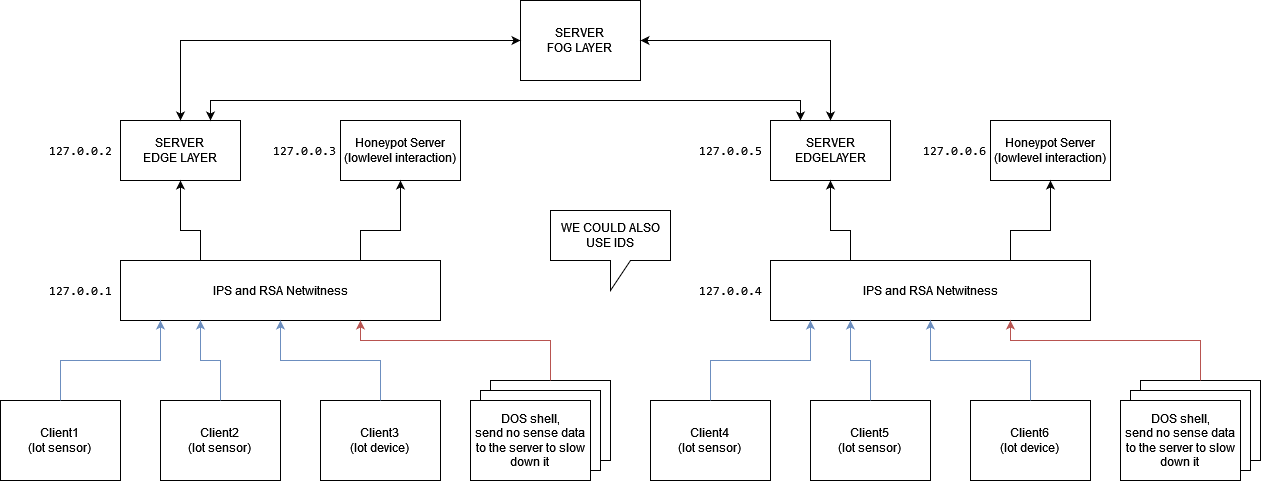
Before: report_template/images/IOTlevel2IPS.drawio.png, a diagram exported from draw.io (343-Guilty4Spark/cyber_latex). Source tidied: cells renumbered, new cells last; positions are measured from the earlier drawing's top-left corner, leaving out a move shared by most shapes.
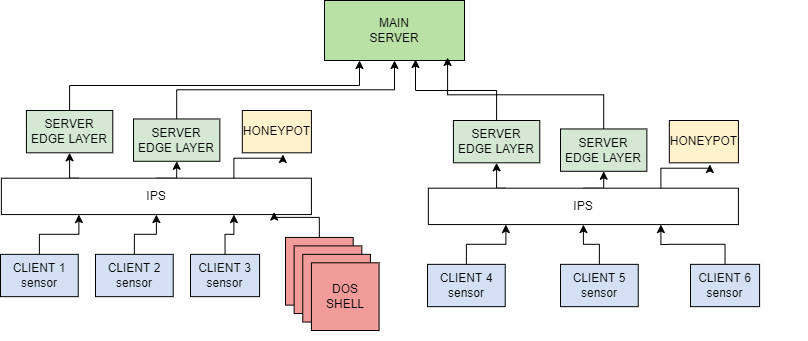
The same file after the commit.

Diff of the diagram source:
```diff
@@ -2,204 +2,122 @@
   <root>
     <mxCell id="0" />
     <mxCell id="1" parent="0" />
-    <mxCell id="2" style="rounded=0;whiteSpace=wrap;html=1;" parent="1" vertex="1">
-      <mxGeometry x="490" y="380" width="120" height="80" as="geometry" />
-    </mxCell>
-    <mxCell id="3" style="rounded=0;whiteSpace=wrap;html=1;" parent="1" vertex="1">
-      <mxGeometry x="480" y="390" width="120" height="80" as="geometry" />
-    </mxCell>
-    <mxCell id="4" value="&lt;div&gt;SERVER&lt;br&gt;&lt;/div&gt;&lt;div&gt;EDGE LAYER&lt;br&gt;&lt;/div&gt;" style="rounded=0;whiteSpace=wrap;html=1;" parent="1" vertex="1">
-      <mxGeometry x="120" y="120" width="120" height="60" as="geometry" />
-    </mxCell>
-    <mxCell id="5" value="&lt;div&gt;Client1&lt;/div&gt;&lt;div&gt;(Iot sensor)&lt;br&gt;&lt;/div&gt;" style="rounded=0;whiteSpace=wrap;html=1;" parent="1" vertex="1">
-      <mxGeometry y="400" width="120" height="80" as="geometry" />
-    </mxCell>
-    <mxCell id="6" value="&lt;div&gt;Client2&lt;/div&gt;&lt;div&gt;(Iot sensor)&lt;br&gt;&lt;/div&gt;" style="rounded=0;whiteSpace=wrap;html=1;" parent="1" vertex="1">
-      <mxGeometry x="160" y="400" width="120" height="80" as="geometry" />
-    </mxCell>
-    <mxCell id="7" value="&lt;div&gt;Client3&lt;/div&gt;&lt;div&gt;(Iot device)&lt;br&gt;&lt;/div&gt;" style="rounded=0;whiteSpace=wrap;html=1;" parent="1" vertex="1">
-      <mxGeometry x="320" y="400" width="120" height="80" as="geometry" />
-    </mxCell>
-    <mxCell id="8" value="&lt;div&gt;Honeypot Server&lt;br&gt;&lt;/div&gt;&lt;div&gt;(lowlevel interaction)&lt;br&gt;&lt;/div&gt;" style="rounded=0;whiteSpace=wrap;html=1;" parent="1" vertex="1">
-      <mxGeometry x="340" y="120" width="120" height="60" as="geometry" />
-    </mxCell>
-    <mxCell id="9" value="IPS and RSA Netwitness " style="rounded=0;whiteSpace=wrap;html=1;" parent="1" vertex="1">
-      <mxGeometry x="120" y="260" width="320" height="60" as="geometry" />
-    </mxCell>
-    <mxCell id="10" value="&lt;div&gt;DOS shell,&lt;/div&gt;&lt;div&gt;send no sense data to the server to slow down it&lt;br&gt;&lt;/div&gt;" style="rounded=0;whiteSpace=wrap;html=1;" parent="1" vertex="1">
-      <mxGeometry x="470" y="400" width="120" height="80" as="geometry" />
-    </mxCell>
-    <mxCell id="11" style="endArrow=classic;html=1;rounded=0;entryX=0.5;entryY=1;entryDx=0;entryDy=0;exitX=0.25;exitY=0;exitDx=0;exitDy=0;" parent="1" edge="1" source="9" target="4">
-      <mxGeometry relative="1" as="geometry">
-        <Array as="points">
-          <mxPoint x="200" y="230" />
-          <mxPoint x="180" y="230" />
-        </Array>
-      </mxGeometry>
-    </mxCell>
-    <mxCell id="12" value="&lt;pre&gt;&lt;code&gt;&lt;span class=&quot;s2&quot;&gt;127.0.0.1&lt;/span&gt;&lt;/code&gt;&lt;/pre&gt;" style="text;html=1;strokeColor=none;fillColor=none;align=center;verticalAlign=middle;whiteSpace=wrap;rounded=0;" parent="1" vertex="1">
-      <mxGeometry x="50" y="275" width="60" height="30" as="geometry" />
-    </mxCell>
-    <mxCell id="13" style="endArrow=classic;html=1;rounded=0;exitX=0.5;exitY=0;exitDx=0;exitDy=0;fillColor=#dae8fc;strokeColor=#6c8ebf;" parent="1" edge="1" source="5">
-      <mxGeometry relative="1" as="geometry">
-        <mxPoint x="160" y="320" as="targetPoint" />
-        <Array as="points">
-          <mxPoint x="60" y="360" />
-          <mxPoint x="160" y="360" />
-        </Array>
-      </mxGeometry>
-    </mxCell>
-    <mxCell id="14" style="endArrow=classic;html=1;rounded=0;exitX=0.5;exitY=0;exitDx=0;exitDy=0;entryX=0.25;entryY=1;entryDx=0;entryDy=0;fillColor=#dae8fc;strokeColor=#6c8ebf;" parent="1" edge="1" source="6" target="9">
-      <mxGeometry relative="1" as="geometry">
-        <Array as="points">
-          <mxPoint x="220" y="360" />
-          <mxPoint x="200" y="360" />
-        </Array>
-      </mxGeometry>
-    </mxCell>
-    <mxCell id="15" style="endArrow=classic;html=1;rounded=0;exitX=0.5;exitY=0;exitDx=0;exitDy=0;entryX=0.5;entryY=1;entryDx=0;entryDy=0;fillColor=#dae8fc;strokeColor=#6c8ebf;" parent="1" edge="1" source="7" target="9">
-      <mxGeometry relative="1" as="geometry">
-        <Array as="points">
-          <mxPoint x="380" y="360" />
-          <mxPoint x="280" y="360" />
-        </Array>
-      </mxGeometry>
-    </mxCell>
-    <mxCell id="16" style="endArrow=classic;html=1;rounded=0;entryX=0.75;entryY=1;entryDx=0;entryDy=0;exitX=0.5;exitY=0;exitDx=0;exitDy=0;fillColor=#f8cecc;strokeColor=#b85450;" parent="1" edge="1" source="2" target="9">
-      <mxGeometry relative="1" as="geometry">
-        <Array as="points">
-          <mxPoint x="550" y="340" />
-          <mxPoint x="360" y="340" />
-        </Array>
-      </mxGeometry>
-    </mxCell>
-    <mxCell id="17" value="&lt;pre&gt;&lt;code&gt;&lt;span class=&quot;s2&quot;&gt;127.0.0.2&lt;/span&gt;&lt;/code&gt;&lt;/pre&gt;" style="text;html=1;strokeColor=none;fillColor=none;align=center;verticalAlign=middle;whiteSpace=wrap;rounded=0;" parent="1" vertex="1">
-      <mxGeometry x="50" y="135" width="60" height="30" as="geometry" />
-    </mxCell>
-    <mxCell id="18" style="endArrow=classic;html=1;rounded=0;entryX=0.5;entryY=1;entryDx=0;entryDy=0;exitX=0.75;exitY=0;exitDx=0;exitDy=0;" parent="1" edge="1" source="9" target="8">
-      <mxGeometry relative="1" as="geometry">
-        <Array as="points">
-          <mxPoint x="360" y="230" />
-          <mxPoint x="400" y="230" />
-        </Array>
-      </mxGeometry>
-    </mxCell>
-    <mxCell id="19" value="&lt;pre&gt;&lt;code&gt;&lt;span class=&quot;s2&quot;&gt;127.0.0.3&lt;/span&gt;&lt;/code&gt;&lt;/pre&gt;" style="text;html=1;strokeColor=none;fillColor=none;align=center;verticalAlign=middle;whiteSpace=wrap;rounded=0;" parent="1" vertex="1">
-      <mxGeometry x="274" y="135" width="60" height="30" as="geometry" />
-    </mxCell>
-    <mxCell id="20" style="rounded=0;whiteSpace=wrap;html=1;" parent="1" vertex="1">
-      <mxGeometry x="1140" y="380" width="120" height="80" as="geometry" />
-    </mxCell>
-    <mxCell id="21" style="rounded=0;whiteSpace=wrap;html=1;" parent="1" vertex="1">
-      <mxGeometry x="1130" y="390" width="120" height="80" as="geometry" />
-    </mxCell>
-    <mxCell id="22" value="&lt;div&gt;SERVER&lt;/div&gt;EDGELAYER" style="rounded=0;whiteSpace=wrap;html=1;" parent="1" vertex="1">
-      <mxGeometry x="770" y="120" width="120" height="60" as="geometry" />
-    </mxCell>
-    <mxCell id="23" value="&lt;div&gt;Client4&lt;/div&gt;&lt;div&gt;(Iot sensor)&lt;br&gt;&lt;/div&gt;" style="rounded=0;whiteSpace=wrap;html=1;" parent="1" vertex="1">
-      <mxGeometry x="650" y="400" width="120" height="80" as="geometry" />
-    </mxCell>
-    <mxCell id="24" value="&lt;div&gt;Client5&lt;/div&gt;&lt;div&gt;(Iot sensor)&lt;br&gt;&lt;/div&gt;" style="rounded=0;whiteSpace=wrap;html=1;" parent="1" vertex="1">
-      <mxGeometry x="810" y="400" width="120" height="80" as="geometry" />
-    </mxCell>
-    <mxCell id="25" value="&lt;div&gt;Client6&lt;/div&gt;&lt;div&gt;(Iot device)&lt;br&gt;&lt;/div&gt;" style="rounded=0;whiteSpace=wrap;html=1;" parent="1" vertex="1">
-      <mxGeometry x="970" y="400" width="120" height="80" as="geometry" />
-    </mxCell>
-    <mxCell id="26" value="&lt;div&gt;Honeypot Server&lt;br&gt;&lt;/div&gt;&lt;div&gt;(lowlevel interaction)&lt;br&gt;&lt;/div&gt;" style="rounded=0;whiteSpace=wrap;html=1;" parent="1" vertex="1">
-      <mxGeometry x="990" y="120" width="120" height="60" as="geometry" />
-    </mxCell>
-    <mxCell id="27" value="IPS and RSA Netwitness " style="rounded=0;whiteSpace=wrap;html=1;" parent="1" vertex="1">
-      <mxGeometry x="770" y="260" width="320" height="60" as="geometry" />
-    </mxCell>
-    <mxCell id="28" value="&lt;div&gt;DOS shell,&lt;/div&gt;&lt;div&gt;send no sense data to the server to slow down it&lt;br&gt;&lt;/div&gt;" style="rounded=0;whiteSpace=wrap;html=1;" parent="1" vertex="1">
-      <mxGeometry x="1120" y="400" width="120" height="80" as="geometry" />
-    </mxCell>
-    <mxCell id="29" style="endArrow=classic;html=1;rounded=0;entryX=0.5;entryY=1;entryDx=0;entryDy=0;exitX=0.25;exitY=0;exitDx=0;exitDy=0;" parent="1" edge="1" source="27" target="22">
-      <mxGeometry relative="1" as="geometry">
-        <Array as="points">
-          <mxPoint x="850" y="230" />
-          <mxPoint x="830" y="230" />
-        </Array>
-      </mxGeometry>
-    </mxCell>
-    <mxCell id="30" value="&lt;pre&gt;&lt;code&gt;&lt;span class=&quot;s2&quot;&gt;127.0.0.4&lt;/span&gt;&lt;/code&gt;&lt;/pre&gt;" style="text;html=1;strokeColor=none;fillColor=none;align=center;verticalAlign=middle;whiteSpace=wrap;rounded=0;" parent="1" vertex="1">
-      <mxGeometry x="700" y="275" width="60" height="30" as="geometry" />
-    </mxCell>
-    <mxCell id="31" style="endArrow=classic;html=1;rounded=0;exitX=0.5;exitY=0;exitDx=0;exitDy=0;fillColor=#dae8fc;strokeColor=#6c8ebf;" parent="1" edge="1" source="23">
-      <mxGeometry relative="1" as="geometry">
-        <mxPoint x="810" y="320" as="targetPoint" />
-        <Array as="points">
-          <mxPoint x="710" y="360" />
-          <mxPoint x="810" y="360" />
-        </Array>
-      </mxGeometry>
-    </mxCell>
-    <mxCell id="32" style="endArrow=classic;html=1;rounded=0;exitX=0.5;exitY=0;exitDx=0;exitDy=0;entryX=0.25;entryY=1;entryDx=0;entryDy=0;fillColor=#dae8fc;strokeColor=#6c8ebf;" parent="1" edge="1" source="24" target="27">
-      <mxGeometry relative="1" as="geometry">
-        <Array as="points">
-          <mxPoint x="870" y="360" />
-          <mxPoint x="850" y="360" />
-        </Array>
-      </mxGeometry>
-    </mxCell>
-    <mxCell id="33" style="endArrow=classic;html=1;rounded=0;exitX=0.5;exitY=0;exitDx=0;exitDy=0;entryX=0.5;entryY=1;entryDx=0;entryDy=0;fillColor=#dae8fc;strokeColor=#6c8ebf;" parent="1" edge="1" source="25" target="27">
-      <mxGeometry relative="1" as="geometry">
-        <Array as="points">
-          <mxPoint x="1030" y="360" />
-          <mxPoint x="930" y="360" />
-        </Array>
-      </mxGeometry>
-    </mxCell>
-    <mxCell id="34" style="endArrow=classic;html=1;rounded=0;entryX=0.75;entryY=1;entryDx=0;entryDy=0;exitX=0.5;exitY=0;exitDx=0;exitDy=0;fillColor=#f8cecc;strokeColor=#b85450;" parent="1" edge="1" source="20" target="27">
-      <mxGeometry relative="1" as="geometry">
-        <Array as="points">
-          <mxPoint x="1200" y="340" />
-          <mxPoint x="1010" y="340" />
-        </Array>
-      </mxGeometry>
-    </mxCell>
-    <mxCell id="35" value="&lt;pre&gt;&lt;code&gt;&lt;span class=&quot;s2&quot;&gt;127.0.0.5&lt;/span&gt;&lt;/code&gt;&lt;/pre&gt;" style="text;html=1;strokeColor=none;fillColor=none;align=center;verticalAlign=middle;whiteSpace=wrap;rounded=0;" parent="1" vertex="1">
-      <mxGeometry x="700" y="135" width="60" height="30" as="geometry" />
-    </mxCell>
-    <mxCell id="36" style="endArrow=classic;html=1;rounded=0;entryX=0.5;entryY=1;entryDx=0;entryDy=0;exitX=0.75;exitY=0;exitDx=0;exitDy=0;" parent="1" edge="1" source="27" target="26">
-      <mxGeometry relative="1" as="geometry">
-        <Array as="points">
-          <mxPoint x="1010" y="230" />
-          <mxPoint x="1050" y="230" />
-        </Array>
-      </mxGeometry>
-    </mxCell>
-    <mxCell id="37" value="&lt;pre&gt;&lt;code&gt;&lt;span class=&quot;s2&quot;&gt;127.0.0.6&lt;/span&gt;&lt;/code&gt;&lt;/pre&gt;" style="text;html=1;strokeColor=none;fillColor=none;align=center;verticalAlign=middle;whiteSpace=wrap;rounded=0;" parent="1" vertex="1">
-      <mxGeometry x="924" y="135" width="60" height="30" as="geometry" />
-    </mxCell>
-    <mxCell id="38" value="&lt;div&gt;SERVER&lt;/div&gt;&lt;div&gt;FOG LAYER&lt;br&gt;&lt;/div&gt;" style="rounded=0;whiteSpace=wrap;html=1;" parent="1" vertex="1">
-      <mxGeometry x="520" width="120" height="80" as="geometry" />
-    </mxCell>
-    <mxCell id="39" value="WE COULD ALSO USE IDS" style="shape=callout;whiteSpace=wrap;html=1;perimeter=calloutPerimeter;" parent="1" vertex="1">
-      <mxGeometry x="550" y="210" width="120" height="80" as="geometry" />
-    </mxCell>
-    <mxCell id="40" style="endArrow=classic;startArrow=classic;html=1;rounded=0;entryX=0;entryY=0.5;entryDx=0;entryDy=0;exitX=0.5;exitY=0;exitDx=0;exitDy=0;" parent="1" edge="1" source="4" target="38">
-      <mxGeometry relative="1" as="geometry">
-        <Array as="points">
-          <mxPoint x="180" y="40" />
-        </Array>
-      </mxGeometry>
-    </mxCell>
-    <mxCell id="41" style="endArrow=classic;startArrow=classic;html=1;rounded=0;entryX=0.5;entryY=0;entryDx=0;entryDy=0;exitX=1;exitY=0.5;exitDx=0;exitDy=0;" parent="1" edge="1" source="38" target="22">
-      <mxGeometry relative="1" as="geometry">
-        <Array as="points">
-          <mxPoint x="830" y="40" />
-        </Array>
-      </mxGeometry>
-    </mxCell>
-    <mxCell id="42" style="endArrow=classic;startArrow=classic;html=1;rounded=0;entryX=0.25;entryY=0;entryDx=0;entryDy=0;exitX=0.75;exitY=0;exitDx=0;exitDy=0;" parent="1" edge="1" source="4" target="22">
-      <mxGeometry relative="1" as="geometry">
-        <Array as="points">
-          <mxPoint x="210" y="100" />
-          <mxPoint x="600" y="100" />
-          <mxPoint x="800" y="100" />
-        </Array>
-      </mxGeometry>
-    </mxCell>
+    <mxCell id="43" value="MAIN&lt;br&gt;SERVER" style="rounded=0;whiteSpace=wrap;html=1;fillColor=#B9E0A5;" parent="1" vertex="1">
+      <mxGeometry x="264" width="140" height="60" as="geometry" />
+    </mxCell>
+    <mxCell id="44" style="edgeStyle=orthogonalEdgeStyle;rounded=0;jettySize=auto;html=1;exitX=0.5;exitY=0;exitDx=0;exitDy=0;entryX=0.25;entryY=1;entryDx=0;entryDy=0;" parent="1" edge="1" source="47" target="43">
+      <mxGeometry relative="1" as="geometry" />
+    </mxCell>
+    <mxCell id="45" style="edgeStyle=orthogonalEdgeStyle;rounded=0;jettySize=auto;html=1;exitX=0.5;exitY=0;exitDx=0;exitDy=0;entryX=0.5;entryY=1;entryDx=0;entryDy=0;" parent="1" edge="1" source="48" target="43">
+      <mxGeometry relative="1" as="geometry" />
+    </mxCell>
+    <mxCell id="46" style="group;" parent="1" vertex="1">
+      <mxGeometry x="-60" y="110" width="380" height="220" as="geometry" />
+    </mxCell>
+    <mxCell id="47" value="SERVER&lt;br&gt;EDGE LAYER" style="rounded=0;whiteSpace=wrap;html=1;fillColor=#D5E8D4;" parent="46" vertex="1">
+      <mxGeometry x="25.9" width="86.4" height="42.3" as="geometry" />
+    </mxCell>
+    <mxCell id="48" value="SERVER&lt;br&gt;EDGE LAYER" style="rounded=0;whiteSpace=wrap;html=1;fillColor=#D5E8D4;" parent="46" vertex="1">
+      <mxGeometry x="133" y="8.5" width="86.4" height="42.3" as="geometry" />
+    </mxCell>
+    <mxCell id="49" style="edgeStyle=orthogonalEdgeStyle;rounded=0;jettySize=auto;html=1;exitX=0.25;exitY=0;exitDx=0;exitDy=0;entryX=0.5;entryY=1;entryDx=0;entryDy=0;" parent="46" edge="1" source="51" target="47">
+      <mxGeometry relative="1" as="geometry" />
+    </mxCell>
+    <mxCell id="50" style="edgeStyle=orthogonalEdgeStyle;rounded=0;jettySize=auto;html=1;exitX=0.5;exitY=0;exitDx=0;exitDy=0;entryX=0.5;entryY=1;entryDx=0;entryDy=0;" parent="46" edge="1" source="51" target="48">
+      <mxGeometry relative="1" as="geometry" />
+    </mxCell>
+    <mxCell id="51" value="IPS" style="rounded=0;whiteSpace=wrap;html=1;" parent="46" vertex="1">
+      <mxGeometry x="0.9" y="67.7" width="310" height="36.4" as="geometry" />
+    </mxCell>
+    <mxCell id="52" value="HONEYPOT" style="rounded=0;whiteSpace=wrap;html=1;fillColor=#FFF2CC;" parent="46" vertex="1">
+      <mxGeometry x="241.8" width="69.1" height="42.3" as="geometry" />
+    </mxCell>
+    <mxCell id="53" style="edgeStyle=orthogonalEdgeStyle;rounded=0;jettySize=auto;html=1;exitX=0.75;exitY=0;exitDx=0;exitDy=0;entryX=0.588;entryY=1.04;entryDx=0;entryDy=0;entryPerimeter=0;" parent="46" edge="1" source="51" target="52">
+      <mxGeometry relative="1" as="geometry" />
+    </mxCell>
+    <mxCell id="54" style="edgeStyle=orthogonalEdgeStyle;rounded=0;jettySize=auto;html=1;exitX=0.5;exitY=0;exitDx=0;exitDy=0;entryX=0.25;entryY=1;entryDx=0;entryDy=0;" parent="46" edge="1" source="55" target="51">
+      <mxGeometry relative="1" as="geometry" />
+    </mxCell>
+    <mxCell id="55" value="CLIENT 1&lt;br&gt;sensor" style="rounded=0;whiteSpace=wrap;html=1;fillColor=#D4E1F5;" parent="46" vertex="1">
+      <mxGeometry y="143.8" width="77.7" height="42.3" as="geometry" />
+    </mxCell>
+    <mxCell id="56" style="edgeStyle=orthogonalEdgeStyle;rounded=0;jettySize=auto;html=1;exitX=0.5;exitY=0;exitDx=0;exitDy=0;entryX=0.5;entryY=1;entryDx=0;entryDy=0;" parent="46" edge="1" source="57" target="51">
+      <mxGeometry relative="1" as="geometry" />
+    </mxCell>
+    <mxCell id="57" value="CLIENT 2&lt;br&gt;sensor" style="rounded=0;whiteSpace=wrap;html=1;fillColor=#D4E1F5;" parent="46" vertex="1">
+      <mxGeometry x="95" y="143.8" width="77.7" height="42.3" as="geometry" />
+    </mxCell>
+    <mxCell id="58" style="edgeStyle=orthogonalEdgeStyle;rounded=0;jettySize=auto;html=1;exitX=0.5;exitY=0;exitDx=0;exitDy=0;entryX=0.75;entryY=1;entryDx=0;entryDy=0;" parent="46" edge="1" source="59" target="51">
+      <mxGeometry relative="1" as="geometry" />
+    </mxCell>
+    <mxCell id="59" value="CLIENT 3&lt;br&gt;sensor" style="rounded=0;whiteSpace=wrap;html=1;fillColor=#D4E1F5;" parent="46" vertex="1">
+      <mxGeometry x="190" y="143.8" width="69.1" height="42.3" as="geometry" />
+    </mxCell>
+    <mxCell id="60" style="group;" parent="46" vertex="1">
+      <mxGeometry x="285" y="126.9" width="95" height="93.1" as="geometry" />
+    </mxCell>
+    <mxCell id="61" style="whiteSpace=wrap;html=1;fillColor=#F19C99;" parent="60" vertex="1">
+      <mxGeometry width="67.7" height="67.7" as="geometry" />
+    </mxCell>
+    <mxCell id="62" style="whiteSpace=wrap;html=1;fillColor=#F19C99;" parent="60" vertex="1">
+      <mxGeometry x="8.6" y="8.5" width="67.7" height="67.7" as="geometry" />
+    </mxCell>
+    <mxCell id="63" style="whiteSpace=wrap;html=1;fillColor=#F19C99;" parent="60" vertex="1">
+      <mxGeometry x="17.3" y="16.9" width="67.7" height="67.7" as="geometry" />
+    </mxCell>
+    <mxCell id="64" value="DOS SHELL" style="whiteSpace=wrap;html=1;fillColor=#F19C99;" parent="60" vertex="1">
+      <mxGeometry x="25.9" y="25.4" width="67.7" height="67.7" as="geometry" />
+    </mxCell>
+    <mxCell id="65" style="edgeStyle=orthogonalEdgeStyle;rounded=0;jettySize=auto;html=1;exitX=0.5;exitY=0;exitDx=0;exitDy=0;entryX=0.88;entryY=0.93;entryDx=0;entryDy=0;entryPerimeter=0;" parent="46" edge="1" source="61" target="51">
+      <mxGeometry relative="1" as="geometry" />
+    </mxCell>
+    <mxCell id="66" style="group;" parent="1" vertex="1">
+      <mxGeometry x="367" y="120" width="380" height="220" as="geometry" />
+    </mxCell>
+    <mxCell id="67" value="SERVER&lt;br&gt;EDGE LAYER" style="rounded=0;whiteSpace=wrap;html=1;fillColor=#D5E8D4;" parent="66" vertex="1">
+      <mxGeometry x="25.9" width="86.4" height="42.3" as="geometry" />
+    </mxCell>
+    <mxCell id="68" value="SERVER&lt;br&gt;EDGE LAYER" style="rounded=0;whiteSpace=wrap;html=1;fillColor=#D5E8D4;" parent="66" vertex="1">
+      <mxGeometry x="133" y="8.5" width="86.4" height="42.3" as="geometry" />
+    </mxCell>
+    <mxCell id="69" style="edgeStyle=orthogonalEdgeStyle;rounded=0;jettySize=auto;html=1;exitX=0.25;exitY=0;exitDx=0;exitDy=0;entryX=0.5;entryY=1;entryDx=0;entryDy=0;" parent="66" edge="1" source="71" target="67">
+      <mxGeometry relative="1" as="geometry" />
+    </mxCell>
+    <mxCell id="70" style="edgeStyle=orthogonalEdgeStyle;rounded=0;jettySize=auto;html=1;exitX=0.5;exitY=0;exitDx=0;exitDy=0;entryX=0.5;entryY=1;entryDx=0;entryDy=0;" parent="66" edge="1" source="71" target="68">
+      <mxGeometry relative="1" as="geometry" />
+    </mxCell>
+    <mxCell id="71" value="IPS" style="rounded=0;whiteSpace=wrap;html=1;" parent="66" vertex="1">
+      <mxGeometry x="0.9" y="67.7" width="310" height="36.4" as="geometry" />
+    </mxCell>
+    <mxCell id="72" value="HONEYPOT" style="rounded=0;whiteSpace=wrap;html=1;fillColor=#FFF2CC;" parent="66" vertex="1">
+      <mxGeometry x="241.8" width="69.1" height="42.3" as="geometry" />
+    </mxCell>
+    <mxCell id="73" style="edgeStyle=orthogonalEdgeStyle;rounded=0;jettySize=auto;html=1;exitX=0.75;exitY=0;exitDx=0;exitDy=0;entryX=0.588;entryY=1.04;entryDx=0;entryDy=0;entryPerimeter=0;" parent="66" edge="1" source="71" target="72">
+      <mxGeometry relative="1" as="geometry" />
+    </mxCell>
+    <mxCell id="74" style="edgeStyle=orthogonalEdgeStyle;rounded=0;jettySize=auto;html=1;exitX=0.5;exitY=0;exitDx=0;exitDy=0;entryX=0.25;entryY=1;entryDx=0;entryDy=0;" parent="66" edge="1" source="75" target="71">
+      <mxGeometry relative="1" as="geometry" />
+    </mxCell>
+    <mxCell id="75" value="CLIENT 4&lt;br&gt;sensor" style="rounded=0;whiteSpace=wrap;html=1;fillColor=#D4E1F5;" parent="66" vertex="1">
+      <mxGeometry y="143.8" width="77.7" height="42.3" as="geometry" />
+    </mxCell>
+    <mxCell id="76" style="edgeStyle=orthogonalEdgeStyle;rounded=0;jettySize=auto;html=1;exitX=0.5;exitY=0;exitDx=0;exitDy=0;entryX=0.5;entryY=1;entryDx=0;entryDy=0;" parent="66" edge="1" source="77" target="71">
+      <mxGeometry relative="1" as="geometry" />
+    </mxCell>
+    <mxCell id="77" value="CLIENT 5&lt;br&gt;sensor" style="rounded=0;whiteSpace=wrap;html=1;fillColor=#D4E1F5;" parent="66" vertex="1">
+      <mxGeometry x="133" y="143.8" width="77.7" height="42.3" as="geometry" />
+    </mxCell>
+    <mxCell id="78" style="edgeStyle=orthogonalEdgeStyle;rounded=0;jettySize=auto;html=1;exitX=0.5;exitY=0;exitDx=0;exitDy=0;entryX=0.75;entryY=1;entryDx=0;entryDy=0;" parent="66" edge="1" source="79" target="71">
+      <mxGeometry relative="1" as="geometry" />
+    </mxCell>
+    <mxCell id="79" value="CLIENT 6&lt;br&gt;sensor" style="rounded=0;whiteSpace=wrap;html=1;fillColor=#D4E1F5;" parent="66" vertex="1">
+      <mxGeometry x="263" y="143.8" width="69.1" height="42.3" as="geometry" />
+    </mxCell>
+    <mxCell id="80" style="edgeStyle=orthogonalEdgeStyle;rounded=0;jettySize=auto;html=1;exitX=0.5;exitY=0;exitDx=0;exitDy=0;entryX=0.65;entryY=0.983;entryDx=0;entryDy=0;entryPerimeter=0;" parent="1" edge="1" source="67" target="43">
+      <mxGeometry relative="1" as="geometry" />
+    </mxCell>
+    <mxCell id="81" style="edgeStyle=orthogonalEdgeStyle;rounded=0;jettySize=auto;html=1;exitX=0.5;exitY=0;exitDx=0;exitDy=0;entryX=0.879;entryY=0.95;entryDx=0;entryDy=0;entryPerimeter=0;" parent="1" edge="1" source="68" target="43">
+      <mxGeometry relative="1" as="geometry" />
+    </mxCell>
   </root>
 </mxGraphModel>
```
